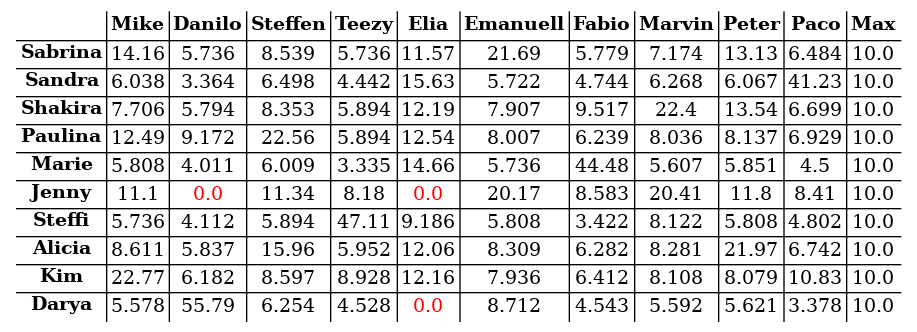
The Graphviz diagram s03r/s03r_tab.png in atticus-sullivan/sim-ayto, before a commit. Its source is kept beside it as s03r/s03r_tab.dot. The source it was exported from:
```dot
digraph structs { node[shape=plaintext] struct[label=<
<table cellspacing="2" border="0" rows="*" columns="*">
<tr>
<td></td>
<td><B>Mike</B></td>
<td><B>Danilo</B></td>
<td><B>Steffen</B></td>
<td><B>Teezy</B></td>
<td><B>Elia</B></td>
<td><B>Emanuell</B></td>
<td><B>Fabio</B></td>
<td><B>Marvin</B></td>
<td><B>Peter</B></td>
<td><B>Paco</B></td>
<td><B>Max</B></td>
</tr>
<tr><td><B>Sabrina</B></td>
<td><font color="black">14.16</font></td>
<td><font color="black">5.736</font></td>
<td><font color="black">8.539</font></td>
<td><font color="black">5.736</font></td>
<td><font color="black">11.57</font></td>
<td><font color="black">21.69</font></td>
<td><font color="black">5.779</font></td>
<td><font color="black">7.174</font></td>
<td><font color="black">13.13</font></td>
<td><font color="black">6.484</font></td>
<td><font color="black">10.0</font></td>
</tr>
<tr><td><B>Sandra</B></td>
<td><font color="black">6.038</font></td>
<td><font color="black">3.364</font></td>
<td><font color="black">6.498</font></td>
<td><font color="black">4.442</font></td>
<td><font color="black">15.63</font></td>
<td><font color="black">5.722</font></td>
<td><font color="black">4.744</font></td>
<td><font color="black">6.268</font></td>
<td><font color="black">6.067</font></td>
<td><font color="black">41.23</font></td>
<td><font color="black">10.0</font></td>
</tr>
<tr><td><B>Shakira</B></td>
<td><font color="black">7.706</font></td>
<td><font color="black">5.794</font></td>
<td><font color="black">8.353</font></td>
<td><font color="black">5.894</font></td>
<td><font color="black">12.19</font></td>
<td><font color="black">7.907</font></td>
<td><font color="black">9.517</font></td>
<td><font color="black">22.4</font></td>
<td><font color="black">13.54</font></td>
<td><font color="black">6.699</font></td>
<td><font color="black">10.0</font></td>
</tr>
<tr><td><B>Paulina</B></td>
<td><font color="black">12.49</font></td>
<td><font color="black">9.172</font></td>
<td><font color="black">22.56</font></td>
<td><font color="black">5.894</font></td>
<td><font color="black">12.54</font></td>
<td><font color="black">8.007</font></td>
<td><font color="black">6.239</font></td>
<td><font color="black">8.036</font></td>
<td><font color="black">8.137</font></td>
<td><font color="black">6.929</font></td>
<td><font color="black">10.0</font></td>
</tr>
<tr><td><B>Marie</B></td>
<td><font color="black">5.808</font></td>
<td><font color="black">4.011</font></td>
<td><font color="black">6.009</font></td>
<td><font color="black">3.335</font></td>
<td><font color="black">14.66</font></td>
<td><font color="black">5.736</font></td>
<td><font color="black">44.48</font></td>
<td><font color="black">5.607</font></td>
<td><font color="black">5.851</font></td>
<td><font color="black">4.5</font></td>
<td><font color="black">10.0</font></td>
</tr>
<tr><td><B>Jenny</B></td>
<td><font color="black">11.1</font></td>
<td><font color="red">0.0</font></td>
<td><font color="black">11.34</font></td>
<td><font color="black">8.18</font></td>
<td><font color="red">0.0</font></td>
<td><font color="black">20.17</font></td>
<td><font color="black">8.583</font></td>
<td><font color="black">20.41</font></td>
<td><font color="black">11.8</font></td>
<td><font color="black">8.41</font></td>
<td><font color="black">10.0</font></td>
</tr>
<tr><td><B>Steffi</B></td>
<td><font color="black">5.736</font></td>
<td><font color="black">4.112</font></td>
<td><font color="black">5.894</font></td>
<td><font color="black">47.11</font></td>
<td><font color="black">9.186</font></td>
<td><font color="black">5.808</font></td>
<td><font color="black">3.422</font></td>
<td><font color="black">8.122</font></td>
<td><font color="black">5.808</font></td>
<td><font color="black">4.802</font></td>
<td><font color="black">10.0</font></td>
</tr>
<tr><td><B>Alicia</B></td>
<td><font color="black">8.611</font></td>
<td><font color="black">5.837</font></td>
<td><font color="black">15.96</font></td>
<td><font color="black">5.952</font></td>
<td><font color="black">12.06</font></td>
<td><font color="black">8.309</font></td>
<td><font color="black">6.282</font></td>
<td><font color="black">8.281</font></td>
<td><font color="black">21.97</font></td>
<td><font color="black">6.742</font></td>
<td><font color="black">10.0</font></td>
</tr>
<tr><td><B>Kim</B></td>
<td><font color="black">22.77</font></td>
<td><font color="black">6.182</font></td>
<td><font color="black">8.597</font></td>
<td><font color="black">8.928</font></td>
<td><font color="black">12.16</font></td>
<td><font color="black">7.936</font></td>
<td><font color="black">6.412</font></td>
<td><font color="black">8.108</font></td>
<td><font color="black">8.079</font></td>
<td><font color="black">10.83</font></td>
<td><font color="black">10.0</font></td>
</tr>
<tr><td><B>Darya</B></td>
<td><font color="black">5.578</font></td>
<td><font color="black">55.79</font></td>
<td><font color="black">6.254</font></td>
<td><font color="black">4.528</font></td>
<td><font color="red">0.0</font></td>
<td><font color="black">8.712</font></td>
<td><font color="black">4.543</font></td>
<td><font color="black">5.592</font></td>
<td><font color="black">5.621</font></td>
<td><font color="black">3.378</font></td>
<td><font color="black">10.0</font></td>
</tr>
</table>
>];}
```
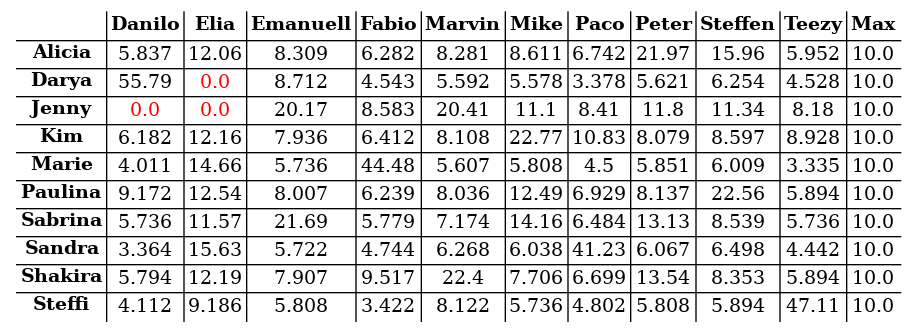
The same diagram one commit later.

The edit, as a diff of the source:
```diff
@@ -2,146 +2,146 @@
 <table cellspacing="2" border="0" rows="*" columns="*">
 <tr>
 <td></td>
-<td><B>Mike</B></td>
 <td><B>Danilo</B></td>
-<td><B>Steffen</B></td>
-<td><B>Teezy</B></td>
 <td><B>Elia</B></td>
 <td><B>Emanuell</B></td>
 <td><B>Fabio</B></td>
 <td><B>Marvin</B></td>
+<td><B>Mike</B></td>
+<td><B>Paco</B></td>
 <td><B>Peter</B></td>
-<td><B>Paco</B></td>
+<td><B>Steffen</B></td>
+<td><B>Teezy</B></td>
 <td><B>Max</B></td>
 </tr>
+<tr><td><B>Alicia</B></td>
+<td><font color="black">5.837</font></td>
+<td><font color="black">12.06</font></td>
+<td><font color="black">8.309</font></td>
+<td><font color="black">6.282</font></td>
+<td><font color="black">8.281</font></td>
+<td><font color="black">8.611</font></td>
+<td><font color="black">6.742</font></td>
+<td><font color="black">21.97</font></td>
+<td><font color="black">15.96</font></td>
+<td><font color="black">5.952</font></td>
+<td><font color="black">10.0</font></td>
+</tr>
+<tr><td><B>Darya</B></td>
+<td><font color="black">55.79</font></td>
+<td><font color="red">0.0</font></td>
+<td><font color="black">8.712</font></td>
+<td><font color="black">4.543</font></td>
+<td><font color="black">5.592</font></td>
+<td><font color="black">5.578</font></td>
+<td><font color="black">3.378</font></td>
+<td><font color="black">5.621</font></td>
+<td><font color="black">6.254</font></td>
+<td><font color="black">4.528</font></td>
+<td><font color="black">10.0</font></td>
+</tr>
+<tr><td><B>Jenny</B></td>
+<td><font color="red">0.0</font></td>
+<td><font color="red">0.0</font></td>
+<td><font color="black">20.17</font></td>
+<td><font color="black">8.583</font></td>
+<td><font color="black">20.41</font></td>
+<td><font color="black">11.1</font></td>
+<td><font color="black">8.41</font></td>
+<td><font color="black">11.8</font></td>
+<td><font color="black">11.34</font></td>
+<td><font color="black">8.18</font></td>
+<td><font color="black">10.0</font></td>
+</tr>
+<tr><td><B>Kim</B></td>
+<td><font color="black">6.182</font></td>
+<td><font color="black">12.16</font></td>
+<td><font color="black">7.936</font></td>
+<td><font color="black">6.412</font></td>
+<td><font color="black">8.108</font></td>
+<td><font color="black">22.77</font></td>
+<td><font color="black">10.83</font></td>
+<td><font color="black">8.079</font></td>
+<td><font color="black">8.597</font></td>
+<td><font color="black">8.928</font></td>
+<td><font color="black">10.0</font></td>
+</tr>
+<tr><td><B>Marie</B></td>
+<td><font color="black">4.011</font></td>
+<td><font color="black">14.66</font></td>
+<td><font color="black">5.736</font></td>
+<td><font color="black">44.48</font></td>
+<td><font color="black">5.607</font></td>
+<td><font color="black">5.808</font></td>
+<td><font color="black">4.5</font></td>
+<td><font color="black">5.851</font></td>
+<td><font color="black">6.009</font></td>
+<td><font color="black">3.335</font></td>
+<td><font color="black">10.0</font></td>
+</tr>
+<tr><td><B>Paulina</B></td>
+<td><font color="black">9.172</font></td>
+<td><font color="black">12.54</font></td>
+<td><font color="black">8.007</font></td>
+<td><font color="black">6.239</font></td>
+<td><font color="black">8.036</font></td>
+<td><font color="black">12.49</font></td>
+<td><font color="black">6.929</font></td>
+<td><font color="black">8.137</font></td>
+<td><font color="black">22.56</font></td>
+<td><font color="black">5.894</font></td>
+<td><font color="black">10.0</font></td>
+</tr>
 <tr><td><B>Sabrina</B></td>
-<td><font color="black">14.16</font></td>
-<td><font color="black">5.736</font></td>
-<td><font color="black">8.539</font></td>
 <td><font color="black">5.736</font></td>
 <td><font color="black">11.57</font></td>
 <td><font color="black">21.69</font></td>
 <td><font color="black">5.779</font></td>
 <td><font color="black">7.174</font></td>
+<td><font color="black">14.16</font></td>
+<td><font color="black">6.484</font></td>
 <td><font color="black">13.13</font></td>
-<td><font color="black">6.484</font></td>
+<td><font color="black">8.539</font></td>
+<td><font color="black">5.736</font></td>
 <td><font color="black">10.0</font></td>
 </tr>
 <tr><td><B>Sandra</B></td>
-<td><font color="black">6.038</font></td>
 <td><font color="black">3.364</font></td>
-<td><font color="black">6.498</font></td>
-<td><font color="black">4.442</font></td>
 <td><font color="black">15.63</font></td>
 <td><font color="black">5.722</font></td>
 <td><font color="black">4.744</font></td>
 <td><font color="black">6.268</font></td>
+<td><font color="black">6.038</font></td>
+<td><font color="black">41.23</font></td>
 <td><font color="black">6.067</font></td>
-<td><font color="black">41.23</font></td>
+<td><font color="black">6.498</font></td>
+<td><font color="black">4.442</font></td>
 <td><font color="black">10.0</font></td>
 </tr>
 <tr><td><B>Shakira</B></td>
-<td><font color="black">7.706</font></td>
 <td><font color="black">5.794</font></td>
-<td><font color="black">8.353</font></td>
-<td><font color="black">5.894</font></td>
 <td><font color="black">12.19</font></td>
 <td><font color="black">7.907</font></td>
 <td><font color="black">9.517</font></td>
 <td><font color="black">22.4</font></td>
+<td><font color="black">7.706</font></td>
+<td><font color="black">6.699</font></td>
 <td><font color="black">13.54</font></td>
-<td><font color="black">6.699</font></td>
-<td><font color="black">10.0</font></td>
-</tr>
-<tr><td><B>Paulina</B></td>
-<td><font color="black">12.49</font></td>
-<td><font color="black">9.172</font></td>
-<td><font color="black">22.56</font></td>
+<td><font color="black">8.353</font></td>
 <td><font color="black">5.894</font></td>
-<td><font color="black">12.54</font></td>
-<td><font color="black">8.007</font></td>
-<td><font color="black">6.239</font></td>
-<td><font color="black">8.036</font></td>
-<td><font color="black">8.137</font></td>
-<td><font color="black">6.929</font></td>
-<td><font color="black">10.0</font></td>
-</tr>
-<tr><td><B>Marie</B></td>
-<td><font color="black">5.808</font></td>
-<td><font color="black">4.011</font></td>
-<td><font color="black">6.009</font></td>
-<td><font color="black">3.335</font></td>
-<td><font color="black">14.66</font></td>
-<td><font color="black">5.736</font></td>
-<td><font color="black">44.48</font></td>
-<td><font color="black">5.607</font></td>
-<td><font color="black">5.851</font></td>
-<td><font color="black">4.5</font></td>
-<td><font color="black">10.0</font></td>
-</tr>
-<tr><td><B>Jenny</B></td>
-<td><font color="black">11.1</font></td>
-<td><font color="red">0.0</font></td>
-<td><font color="black">11.34</font></td>
-<td><font color="black">8.18</font></td>
-<td><font color="red">0.0</font></td>
-<td><font color="black">20.17</font></td>
-<td><font color="black">8.583</font></td>
-<td><font color="black">20.41</font></td>
-<td><font color="black">11.8</font></td>
-<td><font color="black">8.41</font></td>
 <td><font color="black">10.0</font></td>
 </tr>
 <tr><td><B>Steffi</B></td>
-<td><font color="black">5.736</font></td>
 <td><font color="black">4.112</font></td>
-<td><font color="black">5.894</font></td>
-<td><font color="black">47.11</font></td>
 <td><font color="black">9.186</font></td>
 <td><font color="black">5.808</font></td>
 <td><font color="black">3.422</font></td>
 <td><font color="black">8.122</font></td>
+<td><font color="black">5.736</font></td>
+<td><font color="black">4.802</font></td>
 <td><font color="black">5.808</font></td>
-<td><font color="black">4.802</font></td>
-<td><font color="black">10.0</font></td>
-</tr>
-<tr><td><B>Alicia</B></td>
-<td><font color="black">8.611</font></td>
-<td><font color="black">5.837</font></td>
-<td><font color="black">15.96</font></td>
-<td><font color="black">5.952</font></td>
-<td><font color="black">12.06</font></td>
-<td><font color="black">8.309</font></td>
-<td><font color="black">6.282</font></td>
-<td><font color="black">8.281</font></td>
-<td><font color="black">21.97</font></td>
-<td><font color="black">6.742</font></td>
-<td><font color="black">10.0</font></td>
-</tr>
-<tr><td><B>Kim</B></td>
-<td><font color="black">22.77</font></td>
-<td><font color="black">6.182</font></td>
-<td><font color="black">8.597</font></td>
-<td><font color="black">8.928</font></td>
-<td><font color="black">12.16</font></td>
-<td><font color="black">7.936</font></td>
-<td><font color="black">6.412</font></td>
-<td><font color="black">8.108</font></td>
-<td><font color="black">8.079</font></td>
-<td><font color="black">10.83</font></td>
-<td><font color="black">10.0</font></td>
-</tr>
-<tr><td><B>Darya</B></td>
-<td><font color="black">5.578</font></td>
-<td><font color="black">55.79</font></td>
-<td><font color="black">6.254</font></td>
-<td><font color="black">4.528</font></td>
-<td><font color="red">0.0</font></td>
-<td><font color="black">8.712</font></td>
-<td><font color="black">4.543</font></td>
-<td><font color="black">5.592</font></td>
-<td><font color="black">5.621</font></td>
-<td><font color="black">3.378</font></td>
+<td><font color="black">5.894</font></td>
+<td><font color="black">47.11</font></td>
 <td><font color="black">10.0</font></td>
 </tr>
 </table>
```
